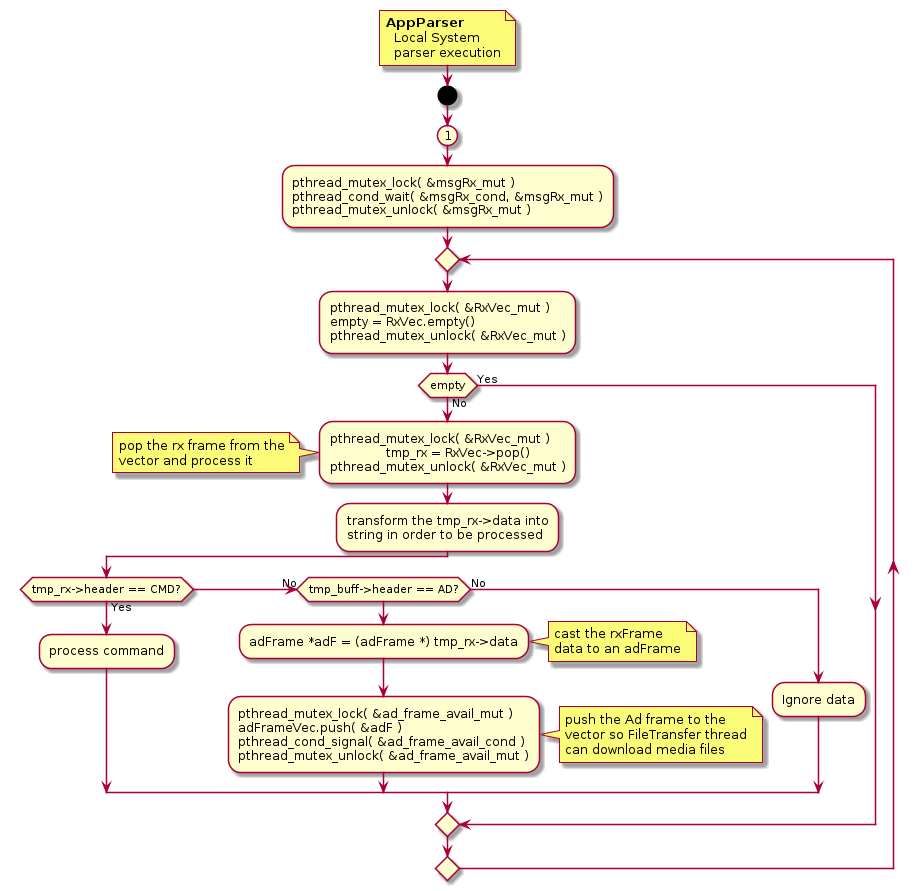
The PlantUML diagram Proj/diags/plantuml/flowchart/output/local-app-parser.png in ElectroQuanta/MDO, before a commit. Source of this version:
```plantuml
@startuml
  note right
  <b>AppParser</b>
    Local System
    parser execution
  end note
start
	(1)
	:pthread_mutex_lock( &msgRx_mut )
	pthread_cond_wait( &msgRx_cond, &msgRx_mut )
	pthread_mutex_unlock( &msgRx_mut );
	repeat
		:pthread_mutex_lock( &RxVec_mut )
		empty = RxVec.empty()
		pthread_mutex_unlock( &RxVec_mut );

            if (empty) then (No)
		:pthread_mutex_lock( &RxVec_mut )
                tmp_rx = RxVec->pop()
		pthread_mutex_unlock( &RxVec_mut );
                note left
                    pop the rx frame from the
                    vector and process it
                end note
                :transform the tmp_rx->data into
                string in order to be processed;
                if(tmp_rx->header == CMD?) then (Yes)
		    :process command;
                (No) elseif (tmp_buff->header == AD?)
		:adFrame *adF = (adFrame *) tmp_rx->data;
		    note right
			cast the rxFrame
			data to an adFrame
		    end note
		:pthread_mutex_lock( &ad_frame_avail_mut )
		adFrameVec.push( &adF )
		pthread_cond_signal( &ad_frame_avail_cond )
		pthread_mutex_unlock( &ad_frame_avail_mut );
                note right
		    push the Ad frame to the
		    vector so FileTransfer thread
		    can download media files
                end note
                else (No)
                    :Ignore data;
                endif
        else (Yes)
        endif
   repeat while()

@enduml
```
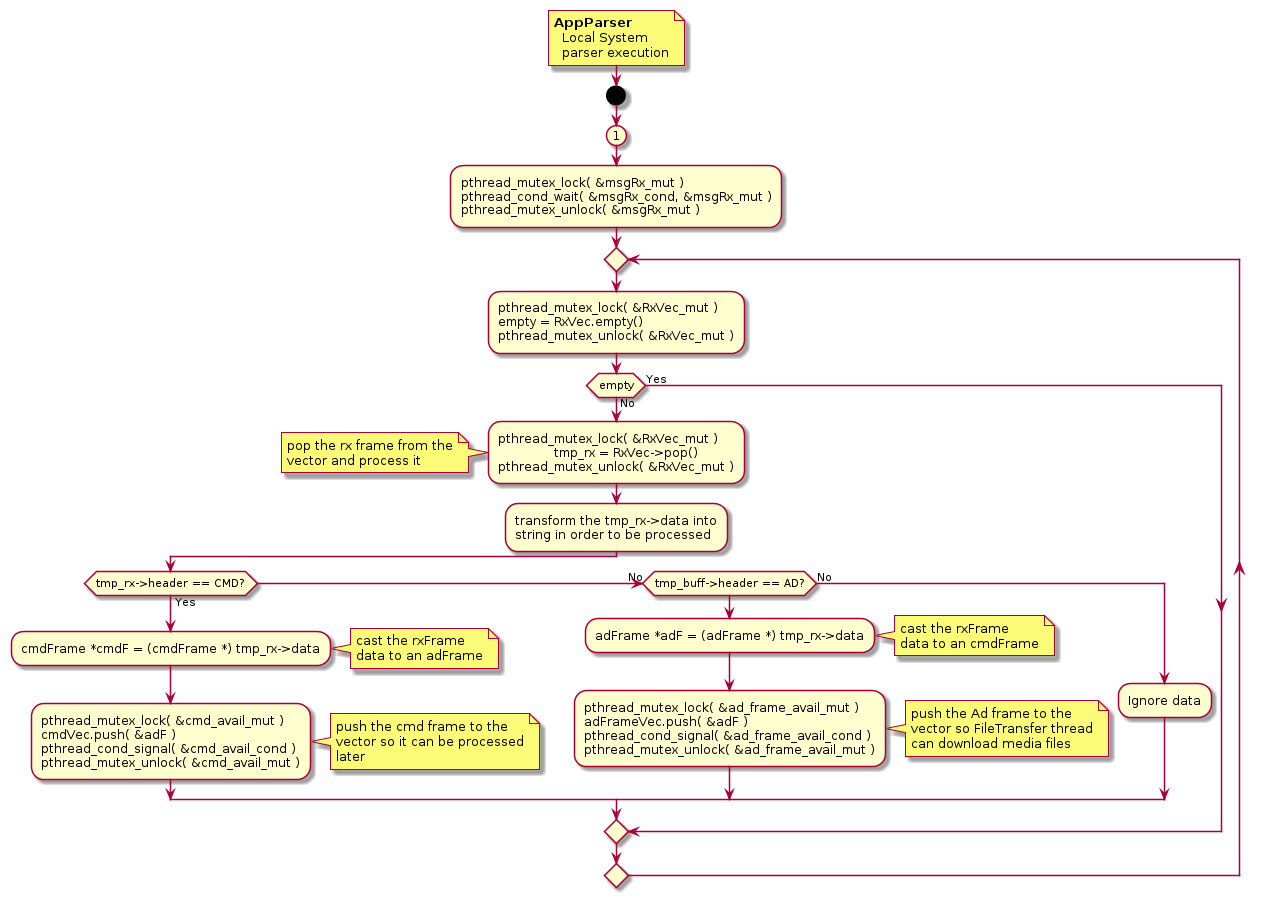
The same file after the commit.

Commit message:
UPDT: data formats

The edit, as a diff of the source:
```diff
@@ -25,12 +25,25 @@
                 :transform the tmp_rx->data into
                 string in order to be processed;
                 if(tmp_rx->header == CMD?) then (Yes)
-		    :process command;
+		:cmdFrame *cmdF = (cmdFrame *) tmp_rx->data;
+		    note right
+			cast the rxFrame
+			data to an adFrame
+		    end note
+		:pthread_mutex_lock( &cmd_avail_mut )
+		cmdVec.push( &adF )
+		pthread_cond_signal( &cmd_avail_cond )
+		pthread_mutex_unlock( &cmd_avail_mut );
+                note right
+		    push the cmd frame to the
+		    vector so it can be processed
+		    later
+                end note
                 (No) elseif (tmp_buff->header == AD?)
 		:adFrame *adF = (adFrame *) tmp_rx->data;
 		    note right
 			cast the rxFrame
-			data to an adFrame
+			data to an cmdFrame
 		    end note
 		:pthread_mutex_lock( &ad_frame_avail_mut )
 		adFrameVec.push( &adF )
```
